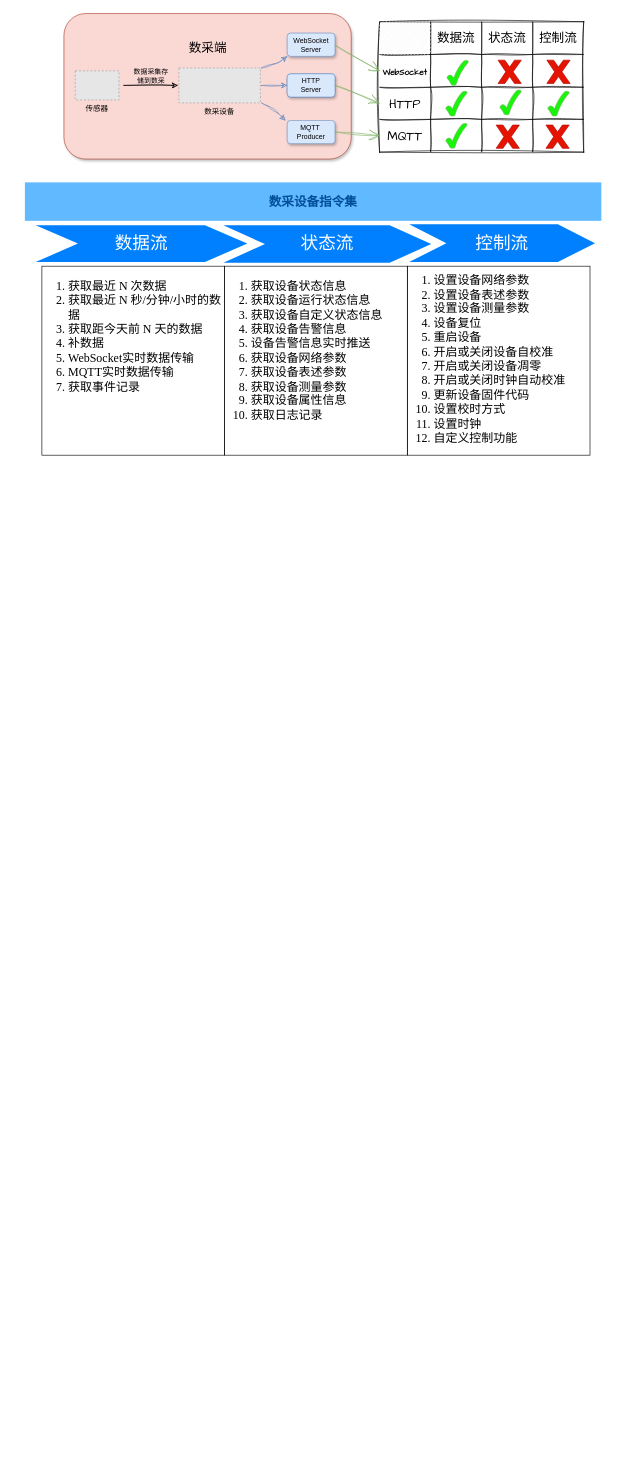
The draw.io diagram page "第 2 页" (2 of 6) of drawio/dataFlow.drawio in raingnight/Blog_Pic, before the edit. Source tidied: cells renumbered, new cells numbered last; positions are measured from the earlier drawing's top-left corner, leaving out a move shared by most shapes. Both pictures are drawn from the tidied source at 63%, with x=0, y=0 at pixel (25, 13). Pictures stored in the file or linked from it are replaced by grey dashed boxes.
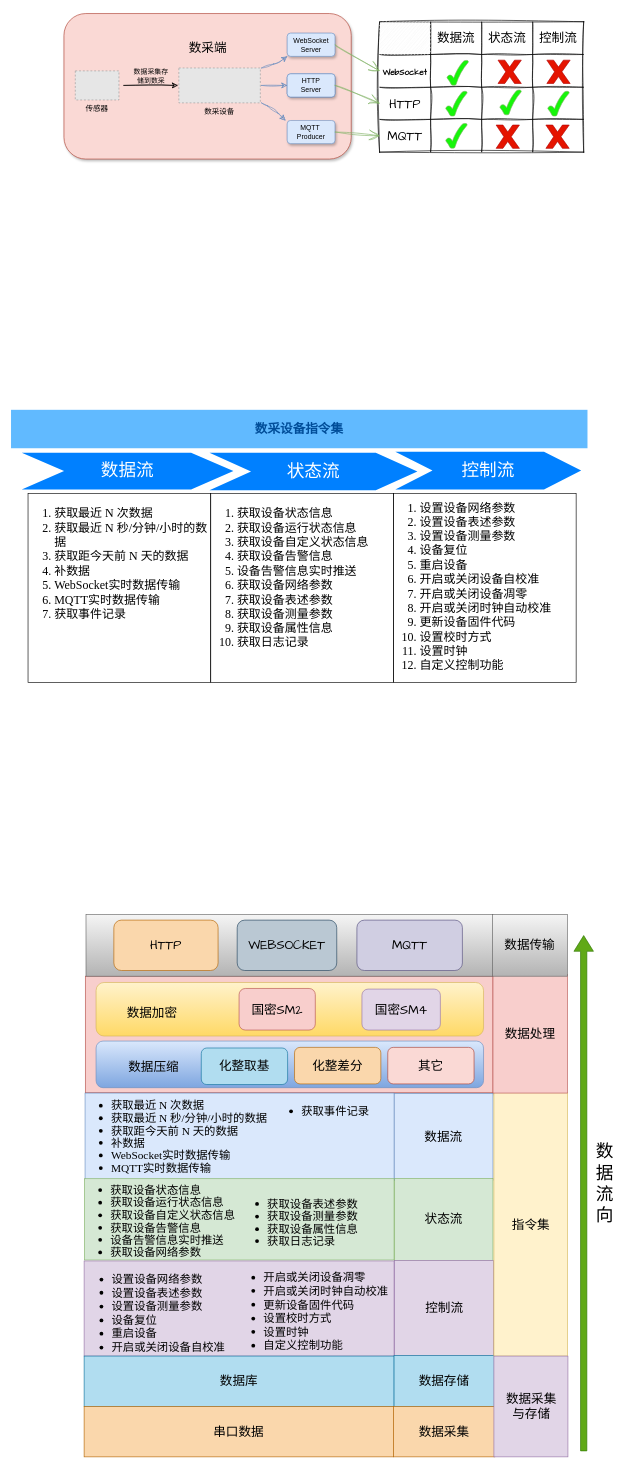
After the change.

The edit, as a diff of the source:
```diff
@@
+    <mxCell id="61" style="rounded=0;whiteSpace=wrap;html=1;shadow=1;sketch=0;hachureGap=4;jiggle=2;curveFitting=1;fontFamily=Times New Roman;fontSize=28;fillColor=#f8cecc;strokeColor=#b85450;" parent="1" vertex="1">
+      <mxGeometry x="96" y="1528" width="647" height="185" as="geometry" />
+    </mxCell>
+    <mxCell id="62" style="rounded=0;whiteSpace=wrap;html=1;hachureGap=4;fontFamily=Times New Roman;fontSize=18;fillColor=#f5f5f5;gradientColor=#b3b3b3;strokeColor=#666666;" parent="1" vertex="1">
+      <mxGeometry x="97" y="1430" width="646" height="98" as="geometry" />
+    </mxCell>
@@
     <mxCell id="52" value="数据流" style="shape=step;whiteSpace=wrap;html=1;fontSize=28;fillColor=#0080FF;fontColor=#FFFFFF;strokeColor=none;hachureGap=4;fontFamily=Architects Daughter;" parent="1" vertex="1">
-      <mxGeometry x="17" y="336" width="336" height="58.4" as="geometry" />
+      <mxGeometry x="-5" y="697" width="336" height="58.4" as="geometry" />
     </mxCell>
     <mxCell id="53" value="状态流" style="shape=step;whiteSpace=wrap;html=1;fontSize=28;fillColor=#0080FF;fontColor=#FFFFFF;strokeColor=none;hachureGap=4;fontFamily=Architects Daughter;" parent="1" vertex="1">
-      <mxGeometry x="315" y="336.2" width="330" height="59.4" as="geometry" />
+      <mxGeometry x="293" y="697.2" width="330" height="59.4" as="geometry" />
     </mxCell>
     <mxCell id="54" value="控制流" style="shape=step;whiteSpace=wrap;html=1;fontSize=28;fillColor=#0080FF;fontColor=#FFFFFF;strokeColor=none;hachureGap=4;fontFamily=Architects Daughter;" parent="1" vertex="1">
-      <mxGeometry x="610" y="334.6" width="295" height="59.8" as="geometry" />
+      <mxGeometry x="588" y="695.6" width="295" height="59.8" as="geometry" />
     </mxCell>
     <mxCell id="55" value="数采设备指令集" style="text;html=1;strokeColor=none;fillColor=#61BAFF;align=center;verticalAlign=middle;whiteSpace=wrap;fontSize=20;fontStyle=1;fontColor=#004D99;fontFamily=Architects Daughter;" parent="1" vertex="1">
-      <mxGeometry y="268" width="915" height="61" as="geometry" />
+      <mxGeometry x="-22" y="629" width="915" height="61" as="geometry" />
     </mxCell>
     <mxCell id="56" value="&lt;ol style=&quot;line-height: 120%; font-size: 19px;&quot;&gt;&lt;li style=&quot;font-size: 19px;&quot;&gt;&lt;font style=&quot;font-size: 19px;&quot;&gt;获取最近 N 次数据&lt;/font&gt;&lt;/li&gt;&lt;li style=&quot;font-size: 19px;&quot;&gt;&lt;font style=&quot;font-size: 19px;&quot;&gt;&lt;font style=&quot;background-color: initial; font-size: 19px;&quot;&gt;获取最近&lt;/font&gt;&amp;nbsp;N 秒/分钟/小时的数据&lt;/font&gt;&lt;/li&gt;&lt;li style=&quot;font-size: 19px;&quot;&gt;&lt;font style=&quot;font-size: 19px;&quot;&gt;获取距今天前 N 天的数据&lt;/font&gt;&lt;/li&gt;&lt;li style=&quot;font-size: 19px;&quot;&gt;&lt;font style=&quot;font-size: 19px;&quot;&gt;补数据&lt;/font&gt;&lt;/li&gt;&lt;li style=&quot;font-size: 19px;&quot;&gt;&lt;font style=&quot;font-size: 19px;&quot;&gt;WebSocket实时数据传输&lt;/font&gt;&lt;/li&gt;&lt;li style=&quot;font-size: 19px;&quot;&gt;&lt;font style=&quot;font-size: 19px;&quot;&gt;MQTT实时数据传输&lt;/font&gt;&lt;/li&gt;&lt;li style=&quot;font-size: 19px;&quot;&gt;&lt;font style=&quot;font-size: 19px;&quot;&gt;获取事件记录&lt;/font&gt;&lt;/li&gt;&lt;/ol&gt;" style="text;spacingTop=-5;whiteSpace=wrap;html=1;align=left;fontSize=19;fontFamily=Times New Roman;fillColor=none;strokeColor=default;horizontal=1;verticalAlign=top;" parent="1" vertex="1">
-      <mxGeometry x="27" y="401" width="290" height="300" as="geometry" />
+      <mxGeometry x="5" y="762" width="290" height="300" as="geometry" />
     </mxCell>
     <mxCell id="57" value="&lt;div style=&quot;line-height: 120%; font-size: 19px;&quot;&gt;&lt;ol style=&quot;line-height: 120%; font-size: 19px;&quot;&gt;&lt;li style=&quot;font-size: 19px;&quot;&gt;&lt;font style=&quot;font-size: 19px;&quot;&gt;获取设备状态信息&lt;/font&gt;&lt;/li&gt;&lt;li style=&quot;font-size: 19px;&quot;&gt;&lt;font style=&quot;font-size: 19px;&quot;&gt;获取设备运行状态信息&lt;/font&gt;&lt;/li&gt;&lt;li style=&quot;font-size: 19px;&quot;&gt;&lt;font style=&quot;font-size: 19px;&quot;&gt;获取设备自定义状态信息&lt;/font&gt;&lt;/li&gt;&lt;li style=&quot;font-size: 19px;&quot;&gt;&lt;font style=&quot;font-size: 19px;&quot;&gt;获取设备告警信息&lt;/font&gt;&lt;/li&gt;&lt;li style=&quot;font-size: 19px;&quot;&gt;&lt;font style=&quot;font-size: 19px;&quot;&gt;设备告警信息实时推送&lt;/font&gt;&lt;/li&gt;&lt;li style=&quot;font-size: 19px;&quot;&gt;&lt;font style=&quot;font-size: 19px;&quot;&gt;获取设备网络参数&lt;/font&gt;&lt;/li&gt;&lt;li style=&quot;font-size: 19px;&quot;&gt;&lt;font style=&quot;font-size: 19px;&quot;&gt;获取设备表述参数&lt;/font&gt;&lt;/li&gt;&lt;li style=&quot;font-size: 19px;&quot;&gt;&lt;font style=&quot;font-size: 19px;&quot;&gt;获取设备测量参数&lt;/font&gt;&lt;/li&gt;&lt;li style=&quot;font-size: 19px;&quot;&gt;&lt;font style=&quot;font-size: 19px;&quot;&gt;获取设备属性信息&lt;/font&gt;&lt;/li&gt;&lt;li style=&quot;font-size: 19px;&quot;&gt;&lt;font style=&quot;font-size: 19px;&quot;&gt;获取日志记录&lt;/font&gt;&lt;/li&gt;&lt;/ol&gt;&lt;/div&gt;&lt;div style=&quot;line-height: 120%; font-size: 19px;&quot;&gt;&lt;font style=&quot;font-size: 19px;&quot;&gt;&lt;br style=&quot;font-size: 19px;&quot;&gt;&lt;/font&gt;&lt;br style=&quot;font-size: 19px;&quot;&gt;&lt;/div&gt;" style="text;spacingTop=-5;fillColor=#ffffff;whiteSpace=wrap;html=1;align=left;fontSize=19;fontFamily=Times New Roman;fillColor=none;strokeColor=default;verticalAlign=top;" parent="1" vertex="1">
-      <mxGeometry x="317" y="401" width="290" height="300" as="geometry" />
+      <mxGeometry x="295" y="762" width="290" height="300" as="geometry" />
     </mxCell>
     <mxCell id="58" value="&lt;div style=&quot;font-size: 19px;&quot;&gt;&lt;div style=&quot;font-size: 19px;&quot;&gt;&lt;ol style=&quot;font-size: 19px;&quot;&gt;&lt;li style=&quot;font-size: 19px;&quot;&gt;设置设备网络参数&lt;/li&gt;&lt;li style=&quot;font-size: 19px;&quot;&gt;设置设备表述参数&lt;/li&gt;&lt;li style=&quot;font-size: 19px;&quot;&gt;设置设备测量参数&lt;/li&gt;&lt;li style=&quot;font-size: 19px;&quot;&gt;设备复位&lt;/li&gt;&lt;li style=&quot;font-size: 19px;&quot;&gt;重启设备&lt;/li&gt;&lt;li style=&quot;font-size: 19px;&quot;&gt;开启或关闭设备自校准&lt;/li&gt;&lt;li style=&quot;font-size: 19px;&quot;&gt;开启或关闭设备凋零&lt;/li&gt;&lt;li style=&quot;font-size: 19px;&quot;&gt;开启或关闭时钟自动校准&lt;/li&gt;&lt;li style=&quot;font-size: 19px;&quot;&gt;更新设备固件代码&lt;/li&gt;&lt;li style=&quot;font-size: 19px;&quot;&gt;设置校时方式&lt;/li&gt;&lt;li style=&quot;font-size: 19px;&quot;&gt;设置时钟&lt;/li&gt;&lt;li style=&quot;font-size: 19px;&quot;&gt;自定义控制功能&lt;/li&gt;&lt;/ol&gt;&lt;/div&gt;&lt;/div&gt;" style="text;spacingTop=-5;fillColor=#ffffff;whiteSpace=wrap;html=1;align=left;fontSize=19;fontFamily=Times New Roman;fillColor=none;strokeColor=default;verticalAlign=middle;" parent="1" vertex="1">
-      <mxGeometry x="607" y="401" width="290" height="300" as="geometry" />
+      <mxGeometry x="585" y="762" width="290" height="300" as="geometry" />
     </mxCell>
@@
+    <mxCell id="63" value="数据流" style="rounded=0;whiteSpace=wrap;html=1;hachureGap=4;fontFamily=Architects Daughter;fontSize=20;fillColor=#dae8fc;strokeColor=#6c8ebf;" parent="1" vertex="1">
+      <mxGeometry x="586" y="1714" width="157" height="138" as="geometry" />
+    </mxCell>
+    <mxCell id="64" value="状态流" style="rounded=0;whiteSpace=wrap;html=1;hachureGap=4;fontFamily=Architects Daughter;fontSize=20;fillColor=#d5e8d4;strokeColor=#82b366;" parent="1" vertex="1">
+      <mxGeometry x="587" y="1849" width="156" height="130" as="geometry" />
+    </mxCell>
+    <mxCell id="65" value="控制流" style="rounded=0;whiteSpace=wrap;html=1;hachureGap=4;fontFamily=Architects Daughter;fontSize=20;fillColor=#e1d5e7;strokeColor=#9673a6;" parent="1" vertex="1">
+      <mxGeometry x="586.5" y="1979" width="157.5" height="151" as="geometry" />
+    </mxCell>
+    <mxCell id="66" style="rounded=0;whiteSpace=wrap;html=1;hachureGap=4;fontFamily=Architects Daughter;fontSize=20;fillColor=#dae8fc;strokeColor=#6c8ebf;" parent="1" vertex="1">
+      <mxGeometry x="95.5" y="1713.5" width="490.5" height="138" as="geometry" />
+    </mxCell>
+    <mxCell id="67" value="&lt;div style=&quot;border-color: var(--border-color); font-family: &amp;quot;Times New Roman&amp;quot;; font-size: 11px; text-align: left; line-height: 22.8px;&quot;&gt;&lt;br&gt;&lt;/div&gt;" style="rounded=0;whiteSpace=wrap;html=1;hachureGap=4;fontFamily=Architects Daughter;fontSize=20;fillColor=#d5e8d4;strokeColor=#82b366;" parent="1" vertex="1">
+      <mxGeometry x="94.5" y="1849.5" width="491.5" height="129" as="geometry" />
+    </mxCell>
+    <mxCell id="68" style="rounded=0;whiteSpace=wrap;html=1;hachureGap=4;fontFamily=Architects Daughter;fontSize=20;fillColor=#e1d5e7;strokeColor=#9673a6;" parent="1" vertex="1">
+      <mxGeometry x="94" y="1980" width="492" height="151" as="geometry" />
+    </mxCell>
+    <mxCell id="69" value="数据库" style="rounded=0;whiteSpace=wrap;html=1;hachureGap=4;fontFamily=Architects Daughter;fontSize=20;fillColor=#b1ddf0;strokeColor=#10739e;" parent="1" vertex="1">
+      <mxGeometry x="94" y="2131" width="492" height="80" as="geometry" />
+    </mxCell>
+    <mxCell id="70" value="串口数据" style="rounded=0;whiteSpace=wrap;html=1;hachureGap=4;fontFamily=Architects Daughter;fontSize=20;fillColor=#fad7ac;strokeColor=#b46504;" parent="1" vertex="1">
+      <mxGeometry x="94" y="2211" width="491" height="80" as="geometry" />
+    </mxCell>
+    <mxCell id="71" value="数据存储" style="rounded=0;whiteSpace=wrap;html=1;hachureGap=4;fontFamily=Architects Daughter;fontSize=20;fillColor=#b1ddf0;strokeColor=#10739e;" parent="1" vertex="1">
+      <mxGeometry x="586" y="2130" width="159" height="81" as="geometry" />
+    </mxCell>
+    <mxCell id="72" value="指令集" style="rounded=0;whiteSpace=wrap;html=1;hachureGap=4;fontFamily=Architects Daughter;fontSize=20;fillColor=#fff2cc;strokeColor=#d6b656;" parent="1" vertex="1">
+      <mxGeometry x="744.5" y="1713" width="116.5" height="418" as="geometry" />
+    </mxCell>
+    <mxCell id="73" value="数据处理" style="rounded=0;whiteSpace=wrap;html=1;hachureGap=4;fontFamily=Architects Daughter;fontSize=20;fillColor=#f8cecc;strokeColor=#b85450;" parent="1" vertex="1">
+      <mxGeometry x="743" y="1525.5" width="118" height="188" as="geometry" />
+    </mxCell>
+    <mxCell id="74" value="数据传输" style="rounded=0;whiteSpace=wrap;html=1;hachureGap=4;fontFamily=Architects Daughter;fontSize=20;fillColor=#f5f5f5;strokeColor=#666666;gradientColor=#b3b3b3;" parent="1" vertex="1">
+      <mxGeometry x="742" y="1430" width="119" height="98" as="geometry" />
+    </mxCell>
+    <mxCell id="75" value="HTTP" style="rounded=1;whiteSpace=wrap;html=1;hachureGap=4;fontFamily=Architects Daughter;fontSize=20;fillColor=#fad7ac;strokeColor=#b46504;" parent="1" vertex="1">
+      <mxGeometry x="141.2" y="1439" width="165.5" height="80" as="geometry" />
+    </mxCell>
+    <mxCell id="76" value="WEBSOCKET" style="rounded=1;whiteSpace=wrap;html=1;hachureGap=4;fontFamily=Architects Daughter;fontSize=20;fillColor=#bac8d3;strokeColor=#23445d;" parent="1" vertex="1">
+      <mxGeometry x="337" y="1439" width="158" height="80" as="geometry" />
+    </mxCell>
+    <mxCell id="77" value="MQTT" style="rounded=1;whiteSpace=wrap;html=1;hachureGap=4;fontFamily=Architects Daughter;fontSize=20;fillColor=#d0cee2;strokeColor=#56517e;" parent="1" vertex="1">
+      <mxGeometry x="527" y="1439" width="167.5" height="80" as="geometry" />
+    </mxCell>
+    <mxCell id="78" value="数据采集" style="rounded=0;whiteSpace=wrap;html=1;hachureGap=4;fontFamily=Architects Daughter;fontSize=20;fillColor=#fad7ac;strokeColor=#b46504;" parent="1" vertex="1">
+      <mxGeometry x="585" y="2211" width="161" height="80" as="geometry" />
+    </mxCell>
+    <mxCell id="79" style="rounded=1;whiteSpace=wrap;html=1;hachureGap=4;fontFamily=Architects Daughter;fontSize=11;fillColor=#fff2cc;strokeColor=#d6b656;gradientColor=#ffd966;" parent="1" vertex="1">
+      <mxGeometry x="113" y="1538" width="615" height="85" as="geometry" />
+    </mxCell>
+    <mxCell id="80" style="rounded=1;whiteSpace=wrap;html=1;hachureGap=4;fontFamily=Architects Daughter;fontSize=11;fillColor=#dae8fc;strokeColor=#6c8ebf;gradientColor=#7ea6e0;" parent="1" vertex="1">
+      <mxGeometry x="113" y="1631" width="615" height="74" as="geometry" />
+    </mxCell>
+    <mxCell id="81" value="数据采集&lt;br&gt;与存储" style="rounded=0;whiteSpace=wrap;html=1;hachureGap=4;fontFamily=Architects Daughter;fontSize=20;fillColor=#e1d5e7;strokeColor=#9673a6;" parent="1" vertex="1">
+      <mxGeometry x="744.5" y="2131" width="117.5" height="160" as="geometry" />
+    </mxCell>
+    <mxCell id="82" value="&lt;font style=&quot;font-size: 20px;&quot;&gt;国密SM2&lt;/font&gt;" style="rounded=1;whiteSpace=wrap;html=1;hachureGap=4;fontFamily=Architects Daughter;fontSize=20;fillColor=#f8cecc;strokeColor=#b85450;" parent="1" vertex="1">
+      <mxGeometry x="340" y="1547.5" width="121" height="66" as="geometry" />
+    </mxCell>
+    <mxCell id="83" value="国密SM4" style="rounded=1;whiteSpace=wrap;html=1;hachureGap=4;fontFamily=Architects Daughter;fontSize=20;fillColor=#e1d5e7;strokeColor=#9673a6;" parent="1" vertex="1">
+      <mxGeometry x="535" y="1548.5" width="124.5" height="65" as="geometry" />
+    </mxCell>
+    <mxCell id="84" value="化整取基" style="rounded=1;whiteSpace=wrap;html=1;hachureGap=4;fontFamily=Architects Daughter;fontSize=20;fillColor=#b1ddf0;strokeColor=#10739e;" parent="1" vertex="1">
+      <mxGeometry x="280" y="1642" width="137" height="58" as="geometry" />
+    </mxCell>
+    <mxCell id="85" value="化整差分" style="rounded=1;whiteSpace=wrap;html=1;hachureGap=4;fontFamily=Architects Daughter;fontSize=20;fillColor=#fad7ac;strokeColor=#b46504;" parent="1" vertex="1">
+      <mxGeometry x="428" y="1641" width="137" height="58" as="geometry" />
+    </mxCell>
+    <mxCell id="86" value="其它" style="rounded=1;whiteSpace=wrap;html=1;hachureGap=4;fontFamily=Architects Daughter;fontSize=20;fillColor=#fad9d5;strokeColor=#ae4132;" parent="1" vertex="1">
+      <mxGeometry x="576" y="1641" width="137" height="58" as="geometry" />
+    </mxCell>
+    <mxCell id="87" value="&lt;ul style=&quot;border-color: var(--border-color); font-size: 18px; line-height: 19.8px;&quot;&gt;&lt;li style=&quot;border-color: var(--border-color);&quot;&gt;&lt;font face=&quot;Times New Roman&quot; style=&quot;border-color: var(--border-color);&quot;&gt;获取最近 N 次数据&lt;/font&gt;&lt;/li&gt;&lt;li style=&quot;border-color: var(--border-color);&quot;&gt;&lt;font face=&quot;Times New Roman&quot; style=&quot;border-color: var(--border-color);&quot;&gt;获取最近 N 秒/分钟/小时的数据&lt;/font&gt;&lt;/li&gt;&lt;li style=&quot;border-color: var(--border-color);&quot;&gt;&lt;font face=&quot;Times New Roman&quot; style=&quot;border-color: var(--border-color);&quot;&gt;获取距今天前 N 天的数据&lt;/font&gt;&lt;/li&gt;&lt;li style=&quot;border-color: var(--border-color);&quot;&gt;&lt;font face=&quot;Times New Roman&quot; style=&quot;border-color: var(--border-color);&quot;&gt;补数据&lt;/font&gt;&lt;/li&gt;&lt;li style=&quot;border-color: var(--border-color);&quot;&gt;&lt;font face=&quot;Times New Roman&quot; style=&quot;border-color: var(--border-color);&quot;&gt;WebSocket实时数据传输&lt;/font&gt;&lt;/li&gt;&lt;li style=&quot;border-color: var(--border-color);&quot;&gt;&lt;font face=&quot;Times New Roman&quot; style=&quot;border-color: var(--border-color);&quot;&gt;MQTT实时数据传输&lt;/font&gt;&lt;/li&gt;&lt;/ul&gt;" style="text;strokeColor=none;fillColor=none;html=1;align=left;verticalAlign=top;whiteSpace=wrap;rounded=0;fontSize=14;fontFamily=Architects Daughter;" parent="1" vertex="1">
+      <mxGeometry x="95" y="1700" width="307" height="147.5" as="geometry" />
+    </mxCell>
+    <mxCell id="88" value="&lt;div style=&quot;font-size: 18px;&quot;&gt;&lt;ul style=&quot;line-height: 110%;&quot;&gt;&lt;li style=&quot;&quot;&gt;&lt;span style=&quot;background-color: initial;&quot;&gt;获取设备状态信息&lt;/span&gt;&lt;br&gt;&lt;/li&gt;&lt;li style=&quot;&quot;&gt;获取设备运行状态信息&lt;/li&gt;&lt;li style=&quot;&quot;&gt;获取设备自定义状态信息&lt;/li&gt;&lt;li style=&quot;&quot;&gt;获取设备告警信息&lt;/li&gt;&lt;li style=&quot;&quot;&gt;设备告警信息实时推送&lt;/li&gt;&lt;li style=&quot;&quot;&gt;获取设备网络参数&lt;/li&gt;&lt;/ul&gt;&lt;/div&gt;" style="text;strokeColor=none;fillColor=none;html=1;align=left;verticalAlign=middle;whiteSpace=wrap;rounded=0;fontSize=14;fontFamily=Architects Daughter;" parent="1" vertex="1">
+      <mxGeometry x="94" y="1858.5" width="260" height="118" as="geometry" />
+    </mxCell>
+    <mxCell id="89" value="&lt;div style=&quot;font-size: 18px;&quot;&gt;&lt;ul style=&quot;line-height: 110%; font-size: 18px;&quot;&gt;&lt;li style=&quot;font-size: 18px;&quot;&gt;获取事件记录&lt;br style=&quot;font-size: 18px;&quot;&gt;&lt;/li&gt;&lt;/ul&gt;&lt;/div&gt;" style="text;strokeColor=none;fillColor=none;html=1;align=left;verticalAlign=top;whiteSpace=wrap;rounded=0;fontSize=18;fontFamily=Architects Daughter;" parent="1" vertex="1">
+      <mxGeometry x="397" y="1709" width="179" height="93" as="geometry" />
+    </mxCell>
+    <mxCell id="90" value="&lt;div style=&quot;font-size: 18px;&quot;&gt;&lt;ul style=&quot;line-height: 110%;&quot;&gt;&lt;li&gt;获取设备表述参数&lt;/li&gt;&lt;li&gt;获取设备测量参数&lt;/li&gt;&lt;li&gt;获取设备属性信息&lt;/li&gt;&lt;li&gt;获取日志记录&lt;/li&gt;&lt;/ul&gt;&lt;/div&gt;" style="text;strokeColor=none;fillColor=none;html=1;align=left;verticalAlign=middle;whiteSpace=wrap;rounded=0;fontSize=14;fontFamily=Architects Daughter;" parent="1" vertex="1">
+      <mxGeometry x="343" y="1860.5" width="194.5" height="118.5" as="geometry" />
+    </mxCell>
+    <mxCell id="91" value="&lt;div style=&quot;font-size: 18px;&quot;&gt;&lt;ul style=&quot;line-height: 120%;&quot;&gt;&lt;li&gt;设置设备网络参数&lt;/li&gt;&lt;li&gt;设置设备表述参数&lt;/li&gt;&lt;li&gt;设置设备测量参数&lt;/li&gt;&lt;li&gt;设备复位&lt;/li&gt;&lt;li&gt;重启设备&lt;/li&gt;&lt;li&gt;开启或关闭设备自校准&lt;/li&gt;&lt;/ul&gt;&lt;/div&gt;" style="text;strokeColor=none;fillColor=none;html=1;align=left;verticalAlign=middle;whiteSpace=wrap;rounded=0;fontSize=14;fontFamily=Architects Daughter;" parent="1" vertex="1">
+      <mxGeometry x="96" y="1993" width="228" height="141" as="geometry" />
+    </mxCell>
+    <mxCell id="92" value="&lt;div style=&quot;&quot;&gt;&lt;div style=&quot;font-size: 18px;&quot;&gt;&lt;ul&gt;&lt;li&gt;开启或关闭设备凋零&lt;/li&gt;&lt;li&gt;开启或关闭时钟自动校准&lt;/li&gt;&lt;li&gt;更新设备固件代码&lt;/li&gt;&lt;li&gt;设置校时方式&lt;/li&gt;&lt;li&gt;设置时钟&lt;/li&gt;&lt;li&gt;自定义控制功能&lt;/li&gt;&lt;/ul&gt;&lt;/div&gt;&lt;/div&gt;" style="text;strokeColor=none;fillColor=none;html=1;align=left;verticalAlign=middle;whiteSpace=wrap;rounded=0;fontSize=14;fontFamily=Architects Daughter;" parent="1" vertex="1">
+      <mxGeometry x="337" y="1999" width="242" height="123.5" as="geometry" />
+    </mxCell>
+    <mxCell id="93" style="edgeStyle=none;orthogonalLoop=1;jettySize=auto;html=1;shape=flexArrow;rounded=1;startSize=8;endSize=8;hachureGap=4;fontFamily=Times New Roman;fontSize=18;endArrow=block;endFill=0;sourcePerimeterSpacing=8;targetPerimeterSpacing=8;curved=1;fillColor=#60a917;strokeColor=#2D7600;gradientDirection=north;" parent="1" edge="1">
+      <mxGeometry relative="1" as="geometry">
+        <mxPoint x="887" y="2282" as="sourcePoint" />
+        <mxPoint x="887" y="1463" as="targetPoint" />
+      </mxGeometry>
+    </mxCell>
+    <mxCell id="94" value="数据流向" style="text;strokeColor=none;fillColor=none;html=1;align=center;verticalAlign=middle;whiteSpace=wrap;rounded=0;fontSize=28;fontFamily=Times New Roman;" parent="1" vertex="1">
+      <mxGeometry x="907" y="1574" width="27" height="565" as="geometry" />
+    </mxCell>
+    <mxCell id="95" value="&lt;font style=&quot;font-size: 20px;&quot;&gt;数据加密&lt;/font&gt;" style="text;strokeColor=none;fillColor=none;html=1;align=center;verticalAlign=middle;whiteSpace=wrap;rounded=0;fontSize=28;fontFamily=Times New Roman;" parent="1" vertex="1">
+      <mxGeometry x="124" y="1569" width="156" height="30" as="geometry" />
+    </mxCell>
+    <mxCell id="96" value="数据压缩" style="text;strokeColor=none;fillColor=none;html=1;align=center;verticalAlign=middle;whiteSpace=wrap;rounded=0;fontSize=20;fontFamily=Times New Roman;" parent="1" vertex="1">
+      <mxGeometry x="158" y="1656" width="93" height="30" as="geometry" />
+    </mxCell>
```
